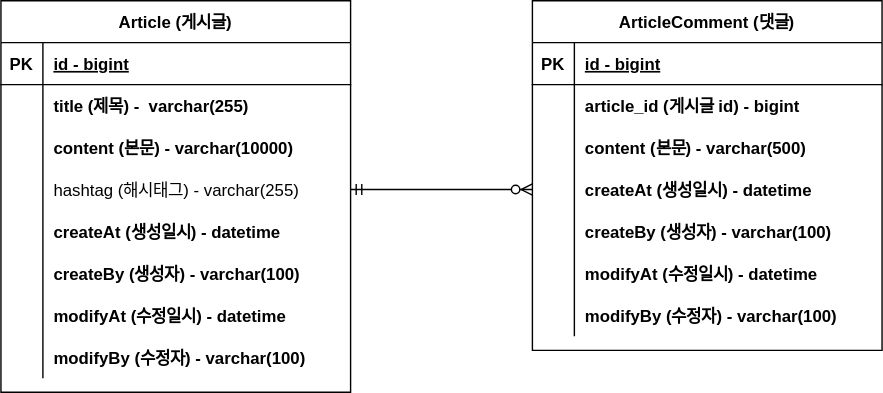
ChaYujin/fastcampus-project-board keeps this draw.io diagram as document/project-board-erd.svg. Above is the earlier version. Source tidied: cells renumbered, new cells last; positions are measured from the earlier drawing's top-left corner, leaving out a move shared by most shapes.
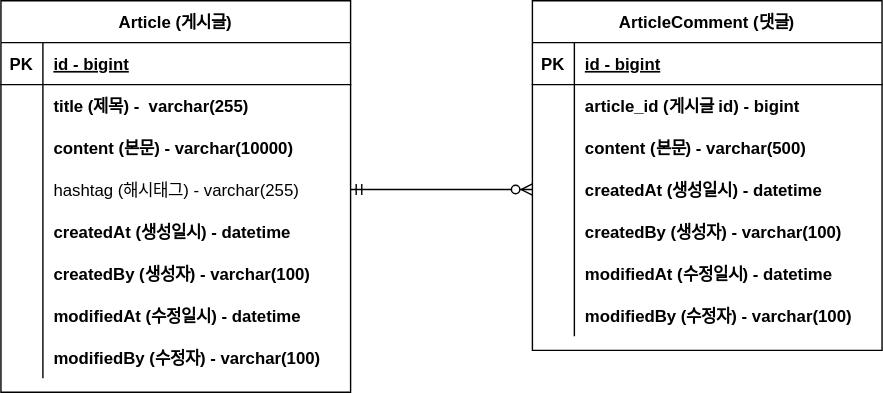
Above is the later version.

Commit message:
#10 - erd 업데이트 - 게시물과 댓글의 생성일시, 생성자, 수정일시, 수정자의 물리적 이름 변경

Change to the diagram source:
```diff
@@ -47,7 +47,7 @@
     <mxCell id="16" style="shape=partialRectangle;overflow=hidden;fillColor=none;top=0;left=0;bottom=0;right=0;" parent="15" vertex="1">
       <mxGeometry width="30" height="30" as="geometry" />
     </mxCell>
-    <mxCell id="17" value="createAt (생성일시) - datetime" style="shape=partialRectangle;overflow=hidden;fillColor=none;top=0;left=0;bottom=0;right=0;align=left;spacingLeft=6;fontStyle=1;" parent="15" vertex="1">
+    <mxCell id="17" value="createdAt (생성일시) - datetime" style="shape=partialRectangle;overflow=hidden;fillColor=none;top=0;left=0;bottom=0;right=0;align=left;spacingLeft=6;fontStyle=1;" parent="15" vertex="1">
       <mxGeometry x="30" width="220" height="30" as="geometry" />
     </mxCell>
     <mxCell id="18" style="shape=partialRectangle;fillColor=none;top=0;left=0;right=0;bottom=0;" parent="2" vertex="1">
@@ -56,7 +56,7 @@
     <mxCell id="19" style="shape=partialRectangle;overflow=hidden;fillColor=none;top=0;left=0;bottom=0;right=0;" parent="18" vertex="1">
       <mxGeometry width="30" height="30" as="geometry" />
     </mxCell>
-    <mxCell id="20" value="createBy (생성자) - varchar(100)" style="shape=partialRectangle;overflow=hidden;fillColor=none;top=0;left=0;bottom=0;right=0;align=left;spacingLeft=6;fontStyle=1;" parent="18" vertex="1">
+    <mxCell id="20" value="createdBy (생성자) - varchar(100)" style="shape=partialRectangle;overflow=hidden;fillColor=none;top=0;left=0;bottom=0;right=0;align=left;spacingLeft=6;fontStyle=1;" parent="18" vertex="1">
       <mxGeometry x="30" width="220" height="30" as="geometry" />
     </mxCell>
     <mxCell id="21" style="shape=partialRectangle;fillColor=none;top=0;left=0;right=0;bottom=0;" parent="2" vertex="1">
@@ -65,7 +65,7 @@
     <mxCell id="22" style="shape=partialRectangle;overflow=hidden;fillColor=none;top=0;left=0;bottom=0;right=0;" parent="21" vertex="1">
       <mxGeometry width="30" height="30" as="geometry" />
     </mxCell>
-    <mxCell id="23" value="modifyAt (수정일시) - datetime" style="shape=partialRectangle;overflow=hidden;fillColor=none;top=0;left=0;bottom=0;right=0;align=left;spacingLeft=6;fontStyle=1;" parent="21" vertex="1">
+    <mxCell id="23" value="modifiedAt (수정일시) - datetime" style="shape=partialRectangle;overflow=hidden;fillColor=none;top=0;left=0;bottom=0;right=0;align=left;spacingLeft=6;fontStyle=1;" parent="21" vertex="1">
       <mxGeometry x="30" width="220" height="30" as="geometry" />
     </mxCell>
     <mxCell id="24" style="shape=partialRectangle;fillColor=none;top=0;left=0;right=0;bottom=0;" parent="2" vertex="1">
@@ -74,7 +74,7 @@
     <mxCell id="25" style="shape=partialRectangle;overflow=hidden;fillColor=none;top=0;left=0;bottom=0;right=0;" parent="24" vertex="1">
       <mxGeometry width="30" height="30" as="geometry" />
     </mxCell>
-    <mxCell id="26" value="modifyBy (수정자) - varchar(100)" style="shape=partialRectangle;overflow=hidden;fillColor=none;top=0;left=0;bottom=0;right=0;align=left;spacingLeft=6;fontStyle=1;" parent="24" vertex="1">
+    <mxCell id="26" value="modifiedBy (수정자) - varchar(100)" style="shape=partialRectangle;overflow=hidden;fillColor=none;top=0;left=0;bottom=0;right=0;align=left;spacingLeft=6;fontStyle=1;" parent="24" vertex="1">
       <mxGeometry x="30" width="220" height="30" as="geometry" />
     </mxCell>
     <mxCell id="27" value="ArticleComment (댓글)" style="shape=table;startSize=30;rowLines=0;fontStyle=1;align=center;" parent="1" vertex="1">
@@ -113,7 +113,7 @@
     <mxCell id="38" style="shape=partialRectangle;overflow=hidden;fillColor=none;top=0;left=0;bottom=0;right=0;" parent="37" vertex="1">
       <mxGeometry width="30" height="30" as="geometry" />
     </mxCell>
-    <mxCell id="39" value="createAt (생성일시) - datetime" style="shape=partialRectangle;overflow=hidden;fillColor=none;top=0;left=0;bottom=0;right=0;align=left;spacingLeft=6;fontStyle=1;" parent="37" vertex="1">
+    <mxCell id="39" value="createdAt (생성일시) - datetime" style="shape=partialRectangle;overflow=hidden;fillColor=none;top=0;left=0;bottom=0;right=0;align=left;spacingLeft=6;fontStyle=1;" parent="37" vertex="1">
       <mxGeometry x="30" width="220" height="30" as="geometry" />
     </mxCell>
     <mxCell id="40" style="shape=partialRectangle;fillColor=none;top=0;left=0;right=0;bottom=0;" parent="27" vertex="1">
@@ -122,7 +122,7 @@
     <mxCell id="41" style="shape=partialRectangle;overflow=hidden;fillColor=none;top=0;left=0;bottom=0;right=0;" parent="40" vertex="1">
       <mxGeometry width="30" height="30" as="geometry" />
     </mxCell>
-    <mxCell id="42" value="createBy (생성자) - varchar(100)" style="shape=partialRectangle;overflow=hidden;fillColor=none;top=0;left=0;bottom=0;right=0;align=left;spacingLeft=6;fontStyle=1;" parent="40" vertex="1">
+    <mxCell id="42" value="createdBy (생성자) - varchar(100)" style="shape=partialRectangle;overflow=hidden;fillColor=none;top=0;left=0;bottom=0;right=0;align=left;spacingLeft=6;fontStyle=1;" parent="40" vertex="1">
       <mxGeometry x="30" width="220" height="30" as="geometry" />
     </mxCell>
     <mxCell id="43" style="shape=partialRectangle;fillColor=none;top=0;left=0;right=0;bottom=0;" parent="27" vertex="1">
@@ -131,7 +131,7 @@
     <mxCell id="44" style="shape=partialRectangle;overflow=hidden;fillColor=none;top=0;left=0;bottom=0;right=0;" parent="43" vertex="1">
       <mxGeometry width="30" height="30" as="geometry" />
     </mxCell>
-    <mxCell id="45" value="modifyAt (수정일시) - datetime" style="shape=partialRectangle;overflow=hidden;fillColor=none;top=0;left=0;bottom=0;right=0;align=left;spacingLeft=6;fontStyle=1;" parent="43" vertex="1">
+    <mxCell id="45" value="modifiedAt (수정일시) - datetime" style="shape=partialRectangle;overflow=hidden;fillColor=none;top=0;left=0;bottom=0;right=0;align=left;spacingLeft=6;fontStyle=1;" parent="43" vertex="1">
       <mxGeometry x="30" width="220" height="30" as="geometry" />
     </mxCell>
     <mxCell id="46" style="shape=partialRectangle;fillColor=none;top=0;left=0;right=0;bottom=0;" parent="27" vertex="1">
@@ -140,7 +140,7 @@
     <mxCell id="47" style="shape=partialRectangle;overflow=hidden;fillColor=none;top=0;left=0;bottom=0;right=0;" parent="46" vertex="1">
       <mxGeometry width="30" height="30" as="geometry" />
     </mxCell>
-    <mxCell id="48" value="modifyBy (수정자) - varchar(100)" style="shape=partialRectangle;overflow=hidden;fillColor=none;top=0;left=0;bottom=0;right=0;align=left;spacingLeft=6;fontStyle=1;" parent="46" vertex="1">
+    <mxCell id="48" value="modifiedBy (수정자) - varchar(100)" style="shape=partialRectangle;overflow=hidden;fillColor=none;top=0;left=0;bottom=0;right=0;align=left;spacingLeft=6;fontStyle=1;" parent="46" vertex="1">
       <mxGeometry x="30" width="220" height="30" as="geometry" />
     </mxCell>
     <mxCell id="49" style="edgeStyle=entityRelationEdgeStyle;fontSize=12;html=1;endArrow=ERzeroToMany;startArrow=ERmandOne;rounded=0;entryX=0;entryY=0.5;entryDx=0;entryDy=0;exitX=1;exitY=0.5;exitDx=0;exitDy=0;" parent="1" edge="1" source="12" target="37">
```
